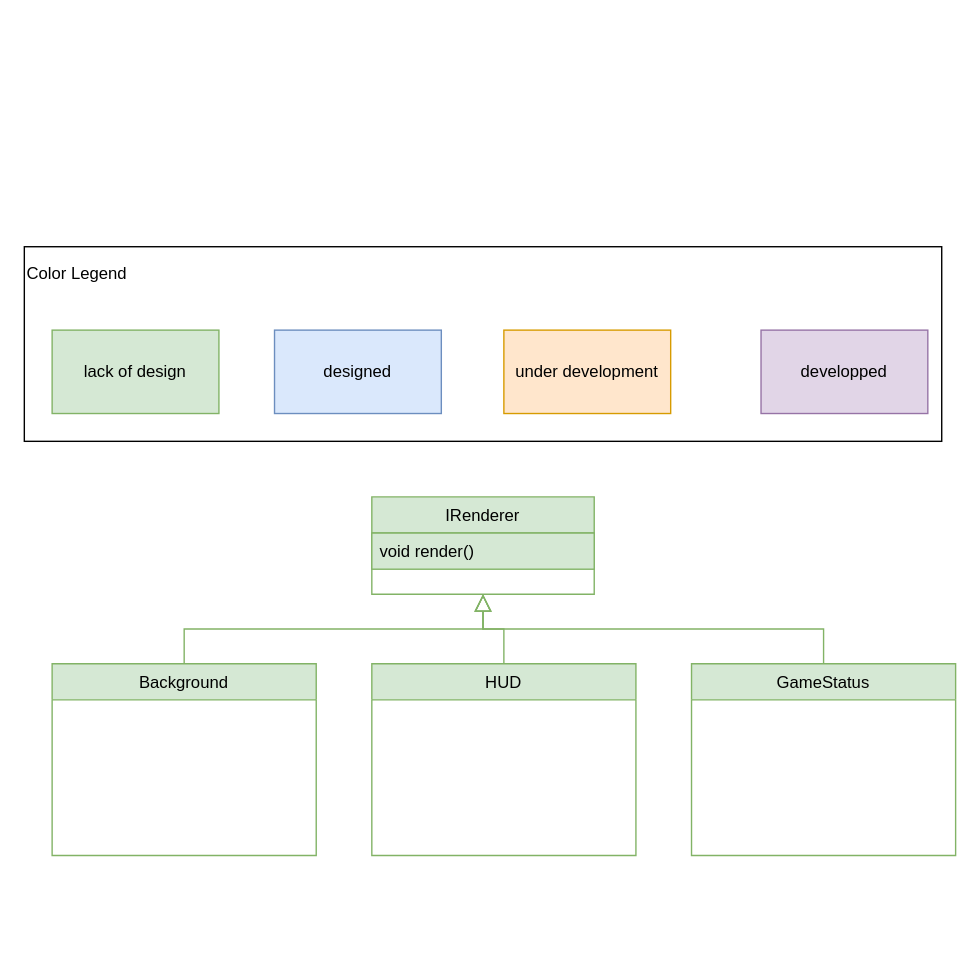
Earlier version of the draw.io diagram page "Renderer" (4 of 6) of doc/UMLGeneralFramework.drawio (Kragoum/BomberKnight). Source tidied: cells renumbered, new cells numbered last; positions are measured from the earlier drawing's top-left corner, leaving out a move shared by most shapes. Both pictures are drawn from the tidied source at 139%, with x=0, y=0 at pixel (24, 246).
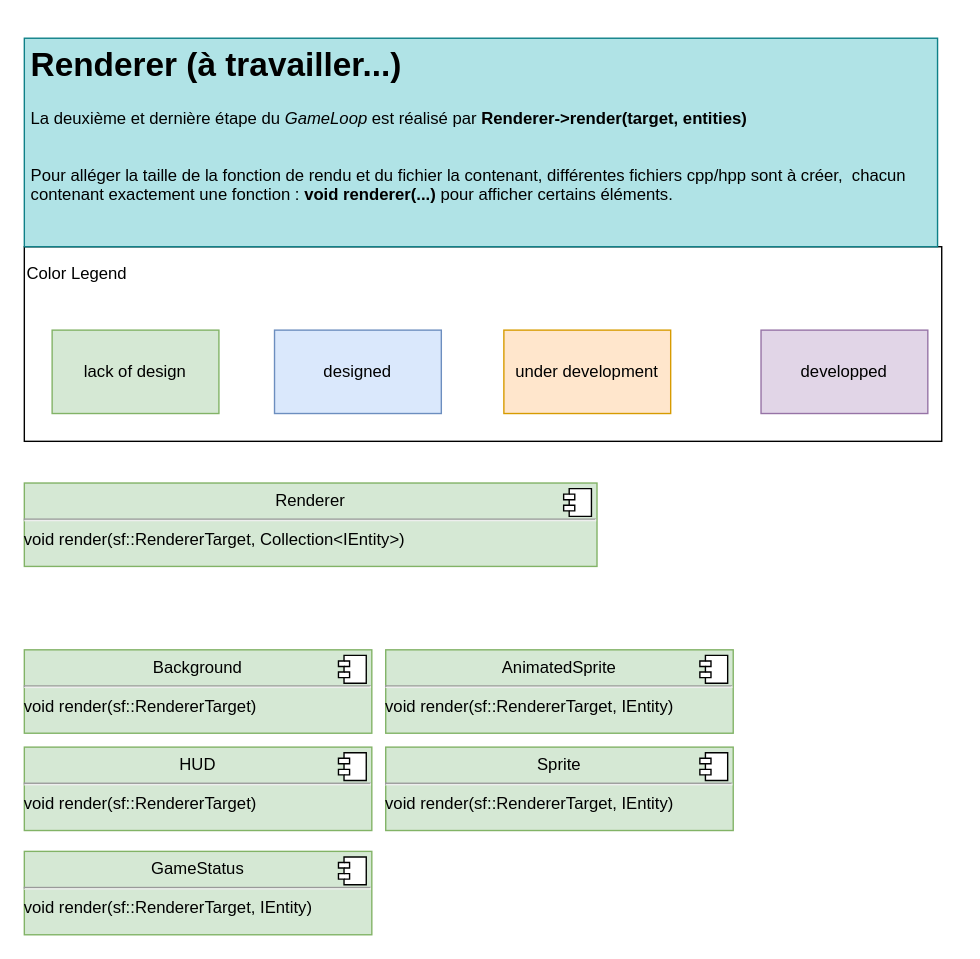
Above is the later version.

Commit message (it also covers changes not shown here):
doc(UML): major update, Renderer and Views are still lacking informations

What changed in the source:
```diff
@@
-    <mxCell id="2" value="IRenderer" style="swimlane;fontStyle=0;align=center;verticalAlign=top;horizontal=1;startSize=26;rounded=0;shadow=0;strokeWidth=1;fillColor=#d5e8d4;strokeColor=#82b366;" parent="1" vertex="1">
-      <mxGeometry x="250" y="180" width="160" height="70" as="geometry" />
-    </mxCell>
-    <mxCell id="3" value="void render()" style="text;align=left;verticalAlign=top;spacingLeft=4;spacingRight=4;overflow=hidden;fillColor=#d5e8d4;strokeColor=#82b366;" parent="2" vertex="1">
-      <mxGeometry y="26" width="160" height="26" as="geometry" />
-    </mxCell>
-    <mxCell id="4" value="Background" style="swimlane;fontStyle=0;align=center;verticalAlign=top;horizontal=1;startSize=26;rounded=0;shadow=0;strokeWidth=1;fillColor=#d5e8d4;strokeColor=#82b366;" parent="1" vertex="1">
-      <mxGeometry x="20" y="300" width="190" height="138" as="geometry" />
-    </mxCell>
-    <mxCell id="5" style="endArrow=block;endSize=10;endFill=0;shadow=0;strokeWidth=1;rounded=0;edgeStyle=elbowEdgeStyle;elbow=vertical;fillColor=#d5e8d4;strokeColor=#82b366;" parent="1" edge="1" source="4">
-      <mxGeometry relative="1" as="geometry">
-        <mxPoint x="330" y="250" as="targetPoint" />
-      </mxGeometry>
-    </mxCell>
-    <mxCell id="6" value="HUD" style="swimlane;fontStyle=0;align=center;verticalAlign=top;horizontal=1;startSize=26;rounded=0;shadow=0;strokeWidth=1;fillColor=#d5e8d4;strokeColor=#82b366;" parent="1" vertex="1">
-      <mxGeometry x="250" y="300" width="190" height="138" as="geometry" />
-    </mxCell>
-    <mxCell id="7" style="endArrow=block;endSize=10;endFill=0;shadow=0;strokeWidth=1;rounded=0;edgeStyle=elbowEdgeStyle;elbow=vertical;fillColor=#d5e8d4;strokeColor=#82b366;" parent="1" edge="1" source="6">
-      <mxGeometry relative="1" as="geometry">
-        <mxPoint x="330" y="250" as="targetPoint" />
-      </mxGeometry>
-    </mxCell>
-    <mxCell id="8" value="GameStatus" style="swimlane;fontStyle=0;align=center;verticalAlign=top;horizontal=1;startSize=26;rounded=0;shadow=0;strokeWidth=1;fillColor=#d5e8d4;strokeColor=#82b366;" parent="1" vertex="1">
-      <mxGeometry x="480" y="300" width="190" height="138" as="geometry" />
-    </mxCell>
-    <mxCell id="9" style="endArrow=block;endSize=10;endFill=0;shadow=0;strokeWidth=1;rounded=0;edgeStyle=elbowEdgeStyle;elbow=vertical;entryX=0.5;entryY=1;entryDx=0;entryDy=0;fillColor=#d5e8d4;strokeColor=#82b366;" parent="1" edge="1" source="8" target="2">
-      <mxGeometry relative="1" as="geometry" />
-    </mxCell>
@@
+    <mxCell id="16" value="&lt;h1&gt;Renderer (à travailler...)&lt;/h1&gt;&lt;p&gt;&lt;span style=&quot;background-color: initial;&quot;&gt;La deuxième et dernière étape&amp;nbsp;du &lt;i&gt;GameLoop&lt;/i&gt; est réalisé par &lt;b&gt;Renderer-&amp;gt;render(target, entities)&lt;/b&gt;&lt;br&gt;&lt;/span&gt;&lt;span style=&quot;background-color: initial;&quot;&gt;&lt;br&gt;&lt;/span&gt;&lt;/p&gt;&lt;p&gt;&lt;span style=&quot;background-color: initial;&quot;&gt;Pour alléger la taille de la fonction de rendu et du fichier la contenant, différentes fichiers cpp/hpp sont à créer,&amp;nbsp; chacun contenant exactement une fonction :&amp;nbsp;&lt;/span&gt;&lt;span style=&quot;background-color: initial;&quot;&gt;&lt;b&gt;void renderer(...)&lt;/b&gt; pour afficher certains éléments.&lt;/span&gt;&lt;/p&gt;" style="text;html=1;strokeColor=#0e8088;fillColor=#b0e3e6;spacing=5;spacingTop=-20;whiteSpace=wrap;overflow=hidden;rounded=0;" parent="1" vertex="1">
+      <mxGeometry y="-150" width="657" height="150" as="geometry" />
+    </mxCell>
+    <mxCell id="17" value="&lt;p style=&quot;margin:0px;margin-top:6px;text-align:center;&quot;&gt;&lt;span style=&quot;color: rgb(0, 0, 0);&quot;&gt;Background&lt;/span&gt;&lt;br&gt;&lt;/p&gt;&lt;hr&gt;&lt;span style=&quot;color: rgb(0, 0, 0);&quot;&gt;void render(sf::RendererTarget)&lt;/span&gt;" style="align=left;overflow=fill;html=1;fillColor=#d5e8d4;strokeColor=#82b366;" parent="1" vertex="1">
+      <mxGeometry y="290" width="250" height="60" as="geometry" />
+    </mxCell>
+    <mxCell id="18" style="shape=component;jettyWidth=8;jettyHeight=4;" parent="17" vertex="1">
+      <mxGeometry x="1" width="20" height="20" relative="1" as="geometry">
+        <mxPoint x="-24" y="4" as="offset" />
+      </mxGeometry>
+    </mxCell>
+    <mxCell id="19" value="&lt;p style=&quot;margin:0px;margin-top:6px;text-align:center;&quot;&gt;&lt;span style=&quot;color: rgb(0, 0, 0);&quot;&gt;HUD&lt;/span&gt;&lt;br&gt;&lt;/p&gt;&lt;hr&gt;&lt;span style=&quot;color: rgb(0, 0, 0);&quot;&gt;void render(sf::RendererTarget)&lt;/span&gt;" style="align=left;overflow=fill;html=1;fillColor=#d5e8d4;strokeColor=#82b366;" parent="1" vertex="1">
+      <mxGeometry y="360" width="250" height="60" as="geometry" />
+    </mxCell>
+    <mxCell id="20" style="shape=component;jettyWidth=8;jettyHeight=4;" parent="19" vertex="1">
+      <mxGeometry x="1" width="20" height="20" relative="1" as="geometry">
+        <mxPoint x="-24" y="4" as="offset" />
+      </mxGeometry>
+    </mxCell>
+    <mxCell id="21" value="&lt;p style=&quot;margin:0px;margin-top:6px;text-align:center;&quot;&gt;&lt;span style=&quot;color: rgb(0, 0, 0);&quot;&gt;AnimatedSprite&lt;/span&gt;&lt;br&gt;&lt;/p&gt;&lt;hr&gt;&lt;span style=&quot;color: rgb(0, 0, 0);&quot;&gt;void render(sf::RendererTarget, IEntity)&lt;/span&gt;" style="align=left;overflow=fill;html=1;fillColor=#d5e8d4;strokeColor=#82b366;" parent="1" vertex="1">
+      <mxGeometry x="260" y="290" width="250" height="60" as="geometry" />
+    </mxCell>
+    <mxCell id="22" style="shape=component;jettyWidth=8;jettyHeight=4;" parent="21" vertex="1">
+      <mxGeometry x="1" width="20" height="20" relative="1" as="geometry">
+        <mxPoint x="-24" y="4" as="offset" />
+      </mxGeometry>
+    </mxCell>
+    <mxCell id="23" value="&lt;p style=&quot;margin:0px;margin-top:6px;text-align:center;&quot;&gt;&lt;span style=&quot;color: rgb(0, 0, 0);&quot;&gt;Sprite&lt;/span&gt;&lt;br&gt;&lt;/p&gt;&lt;hr&gt;&lt;span style=&quot;color: rgb(0, 0, 0);&quot;&gt;void render(sf::RendererTarget, IEntity)&lt;/span&gt;" style="align=left;overflow=fill;html=1;fillColor=#d5e8d4;strokeColor=#82b366;" parent="1" vertex="1">
+      <mxGeometry x="260" y="360" width="250" height="60" as="geometry" />
+    </mxCell>
+    <mxCell id="24" style="shape=component;jettyWidth=8;jettyHeight=4;" parent="23" vertex="1">
+      <mxGeometry x="1" width="20" height="20" relative="1" as="geometry">
+        <mxPoint x="-24" y="4" as="offset" />
+      </mxGeometry>
+    </mxCell>
+    <mxCell id="25" value="&lt;p style=&quot;margin:0px;margin-top:6px;text-align:center;&quot;&gt;&lt;span style=&quot;color: rgb(0, 0, 0);&quot;&gt;GameStatus&lt;/span&gt;&lt;br&gt;&lt;/p&gt;&lt;hr&gt;&lt;span style=&quot;color: rgb(0, 0, 0);&quot;&gt;void render(sf::RendererTarget, IEntity)&lt;/span&gt;" style="align=left;overflow=fill;html=1;fillColor=#d5e8d4;strokeColor=#82b366;" parent="1" vertex="1">
+      <mxGeometry y="435" width="250" height="60" as="geometry" />
+    </mxCell>
+    <mxCell id="26" style="shape=component;jettyWidth=8;jettyHeight=4;" parent="25" vertex="1">
+      <mxGeometry x="1" width="20" height="20" relative="1" as="geometry">
+        <mxPoint x="-24" y="4" as="offset" />
+      </mxGeometry>
+    </mxCell>
+    <mxCell id="27" value="&lt;p style=&quot;margin:0px;margin-top:6px;text-align:center;&quot;&gt;&lt;span style=&quot;color: rgb(0, 0, 0);&quot;&gt;Renderer&lt;/span&gt;&lt;/p&gt;&lt;hr&gt;&lt;span style=&quot;color: rgb(0, 0, 0);&quot;&gt;void render(sf::RendererTarget, Collection&amp;lt;IEntity&amp;gt;)&lt;/span&gt;" style="align=left;overflow=fill;html=1;fillColor=#d5e8d4;strokeColor=#82b366;" parent="1" vertex="1">
+      <mxGeometry y="170" width="412" height="60" as="geometry" />
+    </mxCell>
+    <mxCell id="28" style="shape=component;jettyWidth=8;jettyHeight=4;" parent="27" vertex="1">
+      <mxGeometry x="1" width="20" height="20" relative="1" as="geometry">
+        <mxPoint x="-24" y="4" as="offset" />
+      </mxGeometry>
+    </mxCell>
```
